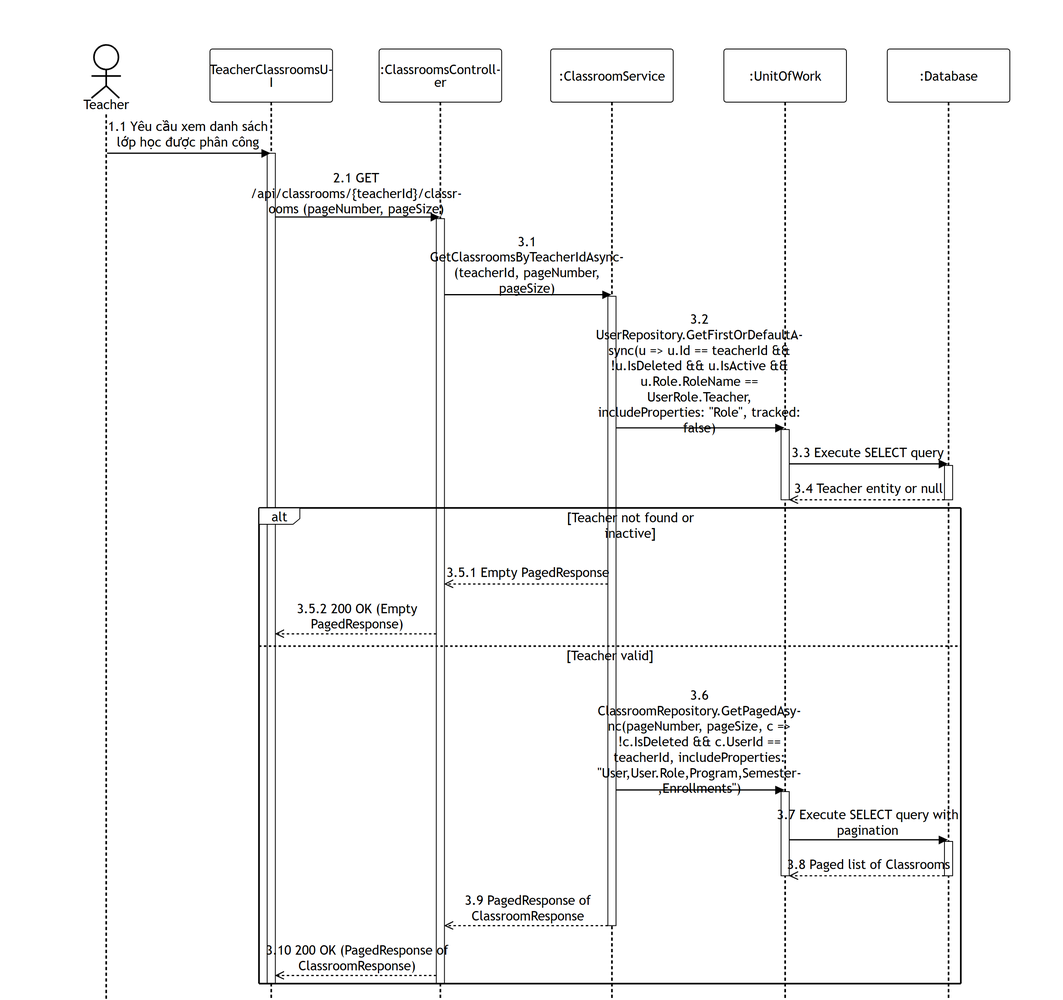
Above: 03-classroom-management/images/apis/get-classrooms-by-teacher.png in PhucAnDev/docx-diagram (Mermaid), before the change. Its source is kept beside it as 03-classroom-management/sequence-diagram/apis/get-classrooms-by-teacher.mmd.
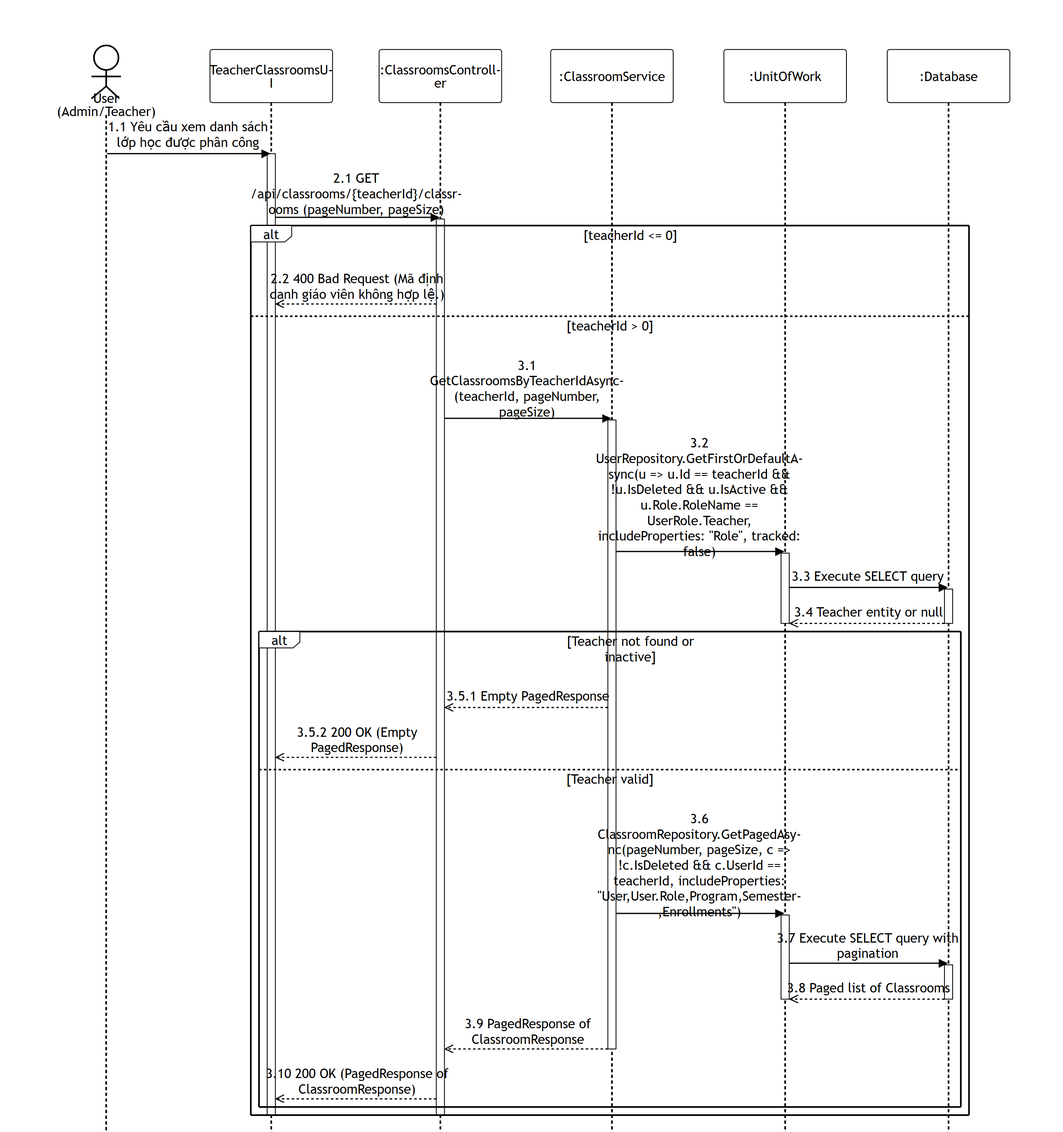
The same diagram one commit later.

Commit message:
fix: update get-classrooms-by-teacher diagram to fix actor and add teacherId validation

Change to the diagram source:
```diff
@@ -1,44 +1,48 @@
 %%{init: {'theme':'base', 'themeVariables': {'actorBkg':'#ffffff','actorBorder':'#000000','actorTextColor':'#000000','actorLineColor':'#000000','signalColor':'#000000','signalTextColor':'#000000','labelBoxBkgColor':'#ffffff','labelBoxBorderColor':'#000000','labelTextColor':'#000000','loopTextColor':'#000000','noteBkgColor':'#ffffff','noteBorderColor':'#000000','noteTextColor':'#000000','activationBorderColor':'#000000','activationBkgColor':'#ffffff','sequenceNumberColor':'#000000'}, 'sequence': {'width':150,'height':65,'actorFontSize':16,'messageFontSize':16,'wrap':true,'wrapPadding':10}}}%%
 sequenceDiagram
     title GET /api/classrooms/{teacherId}/classrooms
-    actor Teacher as Teacher
+    actor User as User (Admin/Teacher)
     participant UI as TeacherClassroomsUI
     participant Endpoint as :ClassroomsController
     participant Service as :ClassroomService
     participant DB as :UnitOfWork
     participant Database as :Database
 
-    Teacher->>UI: 1.1 Yêu cầu xem danh sách lớp học được phân công
+    User->>UI: 1.1 Yêu cầu xem danh sách lớp học được phân công
     activate UI
     UI->>Endpoint: 2.1 GET /api/classrooms/{teacherId}/classrooms (pageNumber, pageSize)
     activate Endpoint
 
-    Endpoint->>Service: 3.1 GetClassroomsByTeacherIdAsync(teacherId, pageNumber, pageSize)
-    activate Service
+    alt teacherId <= 0
+        Endpoint-->>UI: 2.2 400 Bad Request (Mã định danh giáo viên không hợp lệ.)
+    else teacherId > 0
+        Endpoint->>Service: 3.1 GetClassroomsByTeacherIdAsync(teacherId, pageNumber, pageSize)
+        activate Service
 
-    Service->>DB: 3.2 UserRepository.GetFirstOrDefaultAsync(u => u.Id == teacherId && !u.IsDeleted && u.IsActive && u.Role.RoleName == UserRole.Teacher, includeProperties: "Role", tracked: false)
-    activate DB
-    DB->>Database: 3.3 Execute SELECT query
-    activate Database
-    Database-->>DB: 3.4 Teacher entity or null
-    deactivate Database
-    deactivate DB
-
-    alt Teacher not found or inactive
-        Service-->>Endpoint: 3.5.1 Empty PagedResponse
-        Endpoint-->>UI: 3.5.2 200 OK (Empty PagedResponse)
-    else Teacher valid
-        Service->>DB: 3.6 ClassroomRepository.GetPagedAsync(pageNumber, pageSize, c => !c.IsDeleted && c.UserId == teacherId, includeProperties: "User,User.Role,Program,Semester,Enrollments")
+        Service->>DB: 3.2 UserRepository.GetFirstOrDefaultAsync(u => u.Id == teacherId && !u.IsDeleted && u.IsActive && u.Role.RoleName == UserRole.Teacher, includeProperties: "Role", tracked: false)
         activate DB
-        DB->>Database: 3.7 Execute SELECT query with pagination
+        DB->>Database: 3.3 Execute SELECT query
         activate Database
-        Database-->>DB: 3.8 Paged list of Classrooms
+        Database-->>DB: 3.4 Teacher entity or null
         deactivate Database
         deactivate DB
 
-        Service-->>Endpoint: 3.9 PagedResponse of ClassroomResponse
-        deactivate Service
-        Endpoint-->>UI: 3.10 200 OK (PagedResponse of ClassroomResponse)
+        alt Teacher not found or inactive
+            Service-->>Endpoint: 3.5.1 Empty PagedResponse
+            Endpoint-->>UI: 3.5.2 200 OK (Empty PagedResponse)
+        else Teacher valid
+            Service->>DB: 3.6 ClassroomRepository.GetPagedAsync(pageNumber, pageSize, c => !c.IsDeleted && c.UserId == teacherId, includeProperties: "User,User.Role,Program,Semester,Enrollments")
+            activate DB
+            DB->>Database: 3.7 Execute SELECT query with pagination
+            activate Database
+            Database-->>DB: 3.8 Paged list of Classrooms
+            deactivate Database
+            deactivate DB
+
+            Service-->>Endpoint: 3.9 PagedResponse of ClassroomResponse
+            deactivate Service
+            Endpoint-->>UI: 3.10 200 OK (PagedResponse of ClassroomResponse)
+        end
     end
     deactivate Endpoint
     deactivate UI
```
